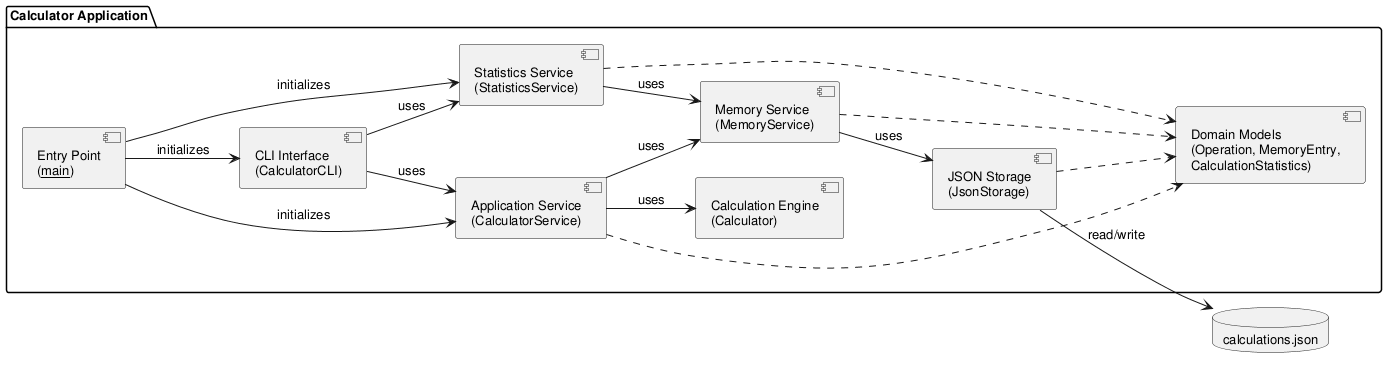
Earlier version of the PlantUML export experiments/pipeline/user_stories/calculator/artifacts/component_diagram.png (DanielRiha8906/Software_autoevolution_using_agents).
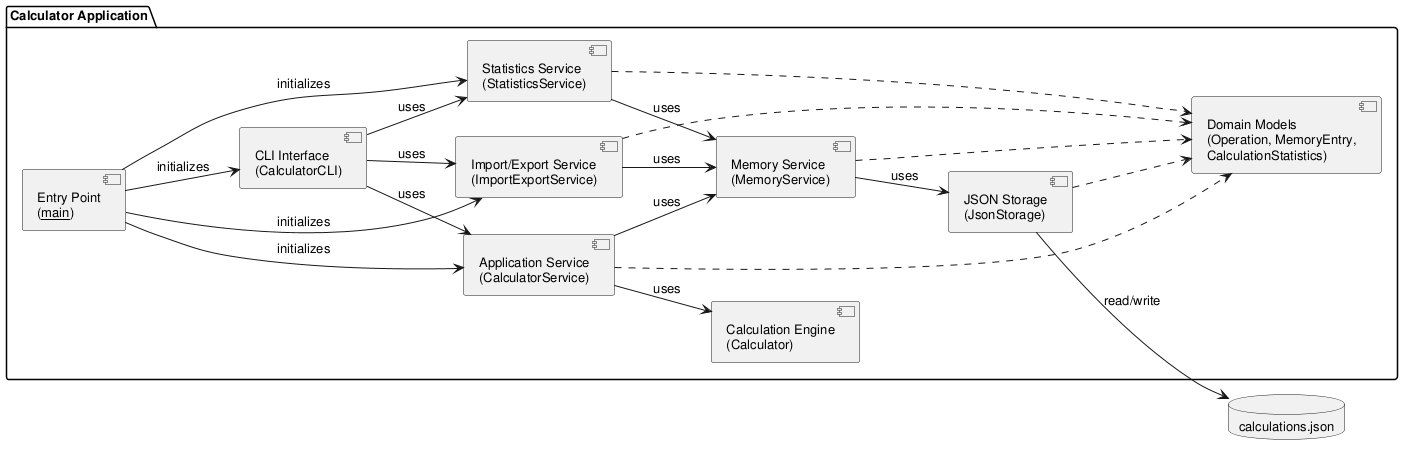
After the commit.

Diff of the diagram source:
```diff
@@ -10,6 +10,7 @@
     component "CLI Interface\n(CalculatorCLI)" as CLI
     component "Application Service\n(CalculatorService)" as Service
     component "Statistics Service\n(StatisticsService)" as Statistics
+    component "Import/Export Service\n(ImportExportService)" as ImportExport
     component "Calculation Engine\n(Calculator)" as Calc
     component "Memory Service\n(MemoryService)" as Memory
     component "JSON Storage\n(JsonStorage)" as Store
@@ -18,16 +19,20 @@
     Main --> CLI : initializes
     Main --> Service : initializes
     Main --> Statistics : initializes
+    Main --> ImportExport : initializes
 
     CLI --> Service : uses
     CLI --> Statistics : uses
+    CLI --> ImportExport : uses
     Service --> Calc : uses
     Service --> Memory : uses
     Statistics --> Memory : uses
+    ImportExport --> Memory : uses
     Memory --> Store : uses
 
     Service ..> Models
     Statistics ..> Models
+    ImportExport ..> Models
     Memory ..> Models
     Store ..> Models
 }
```
